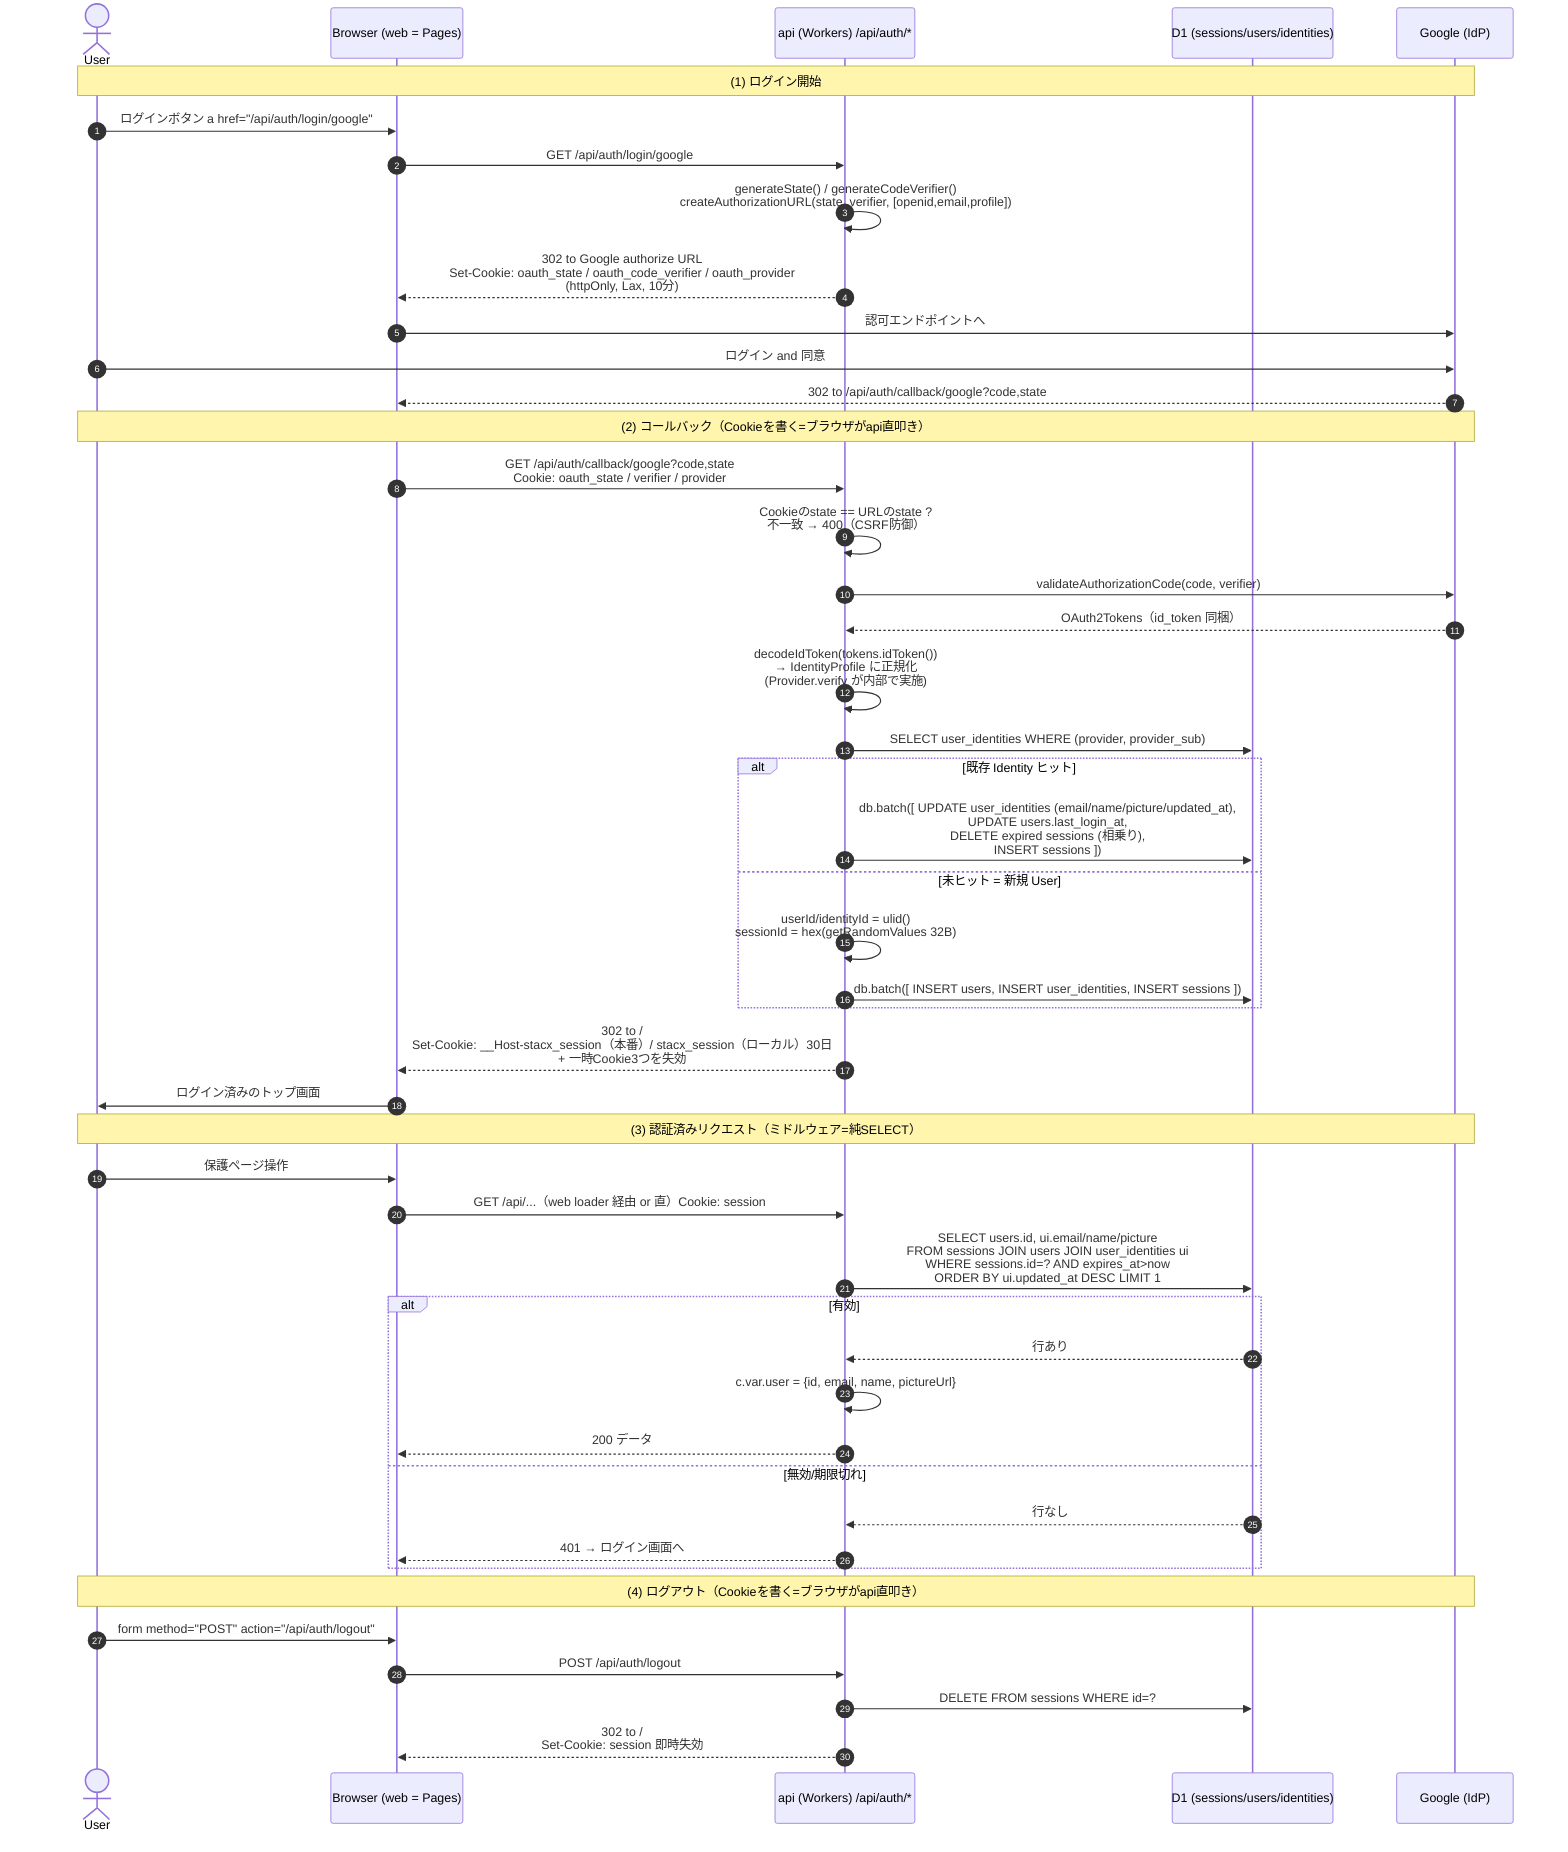
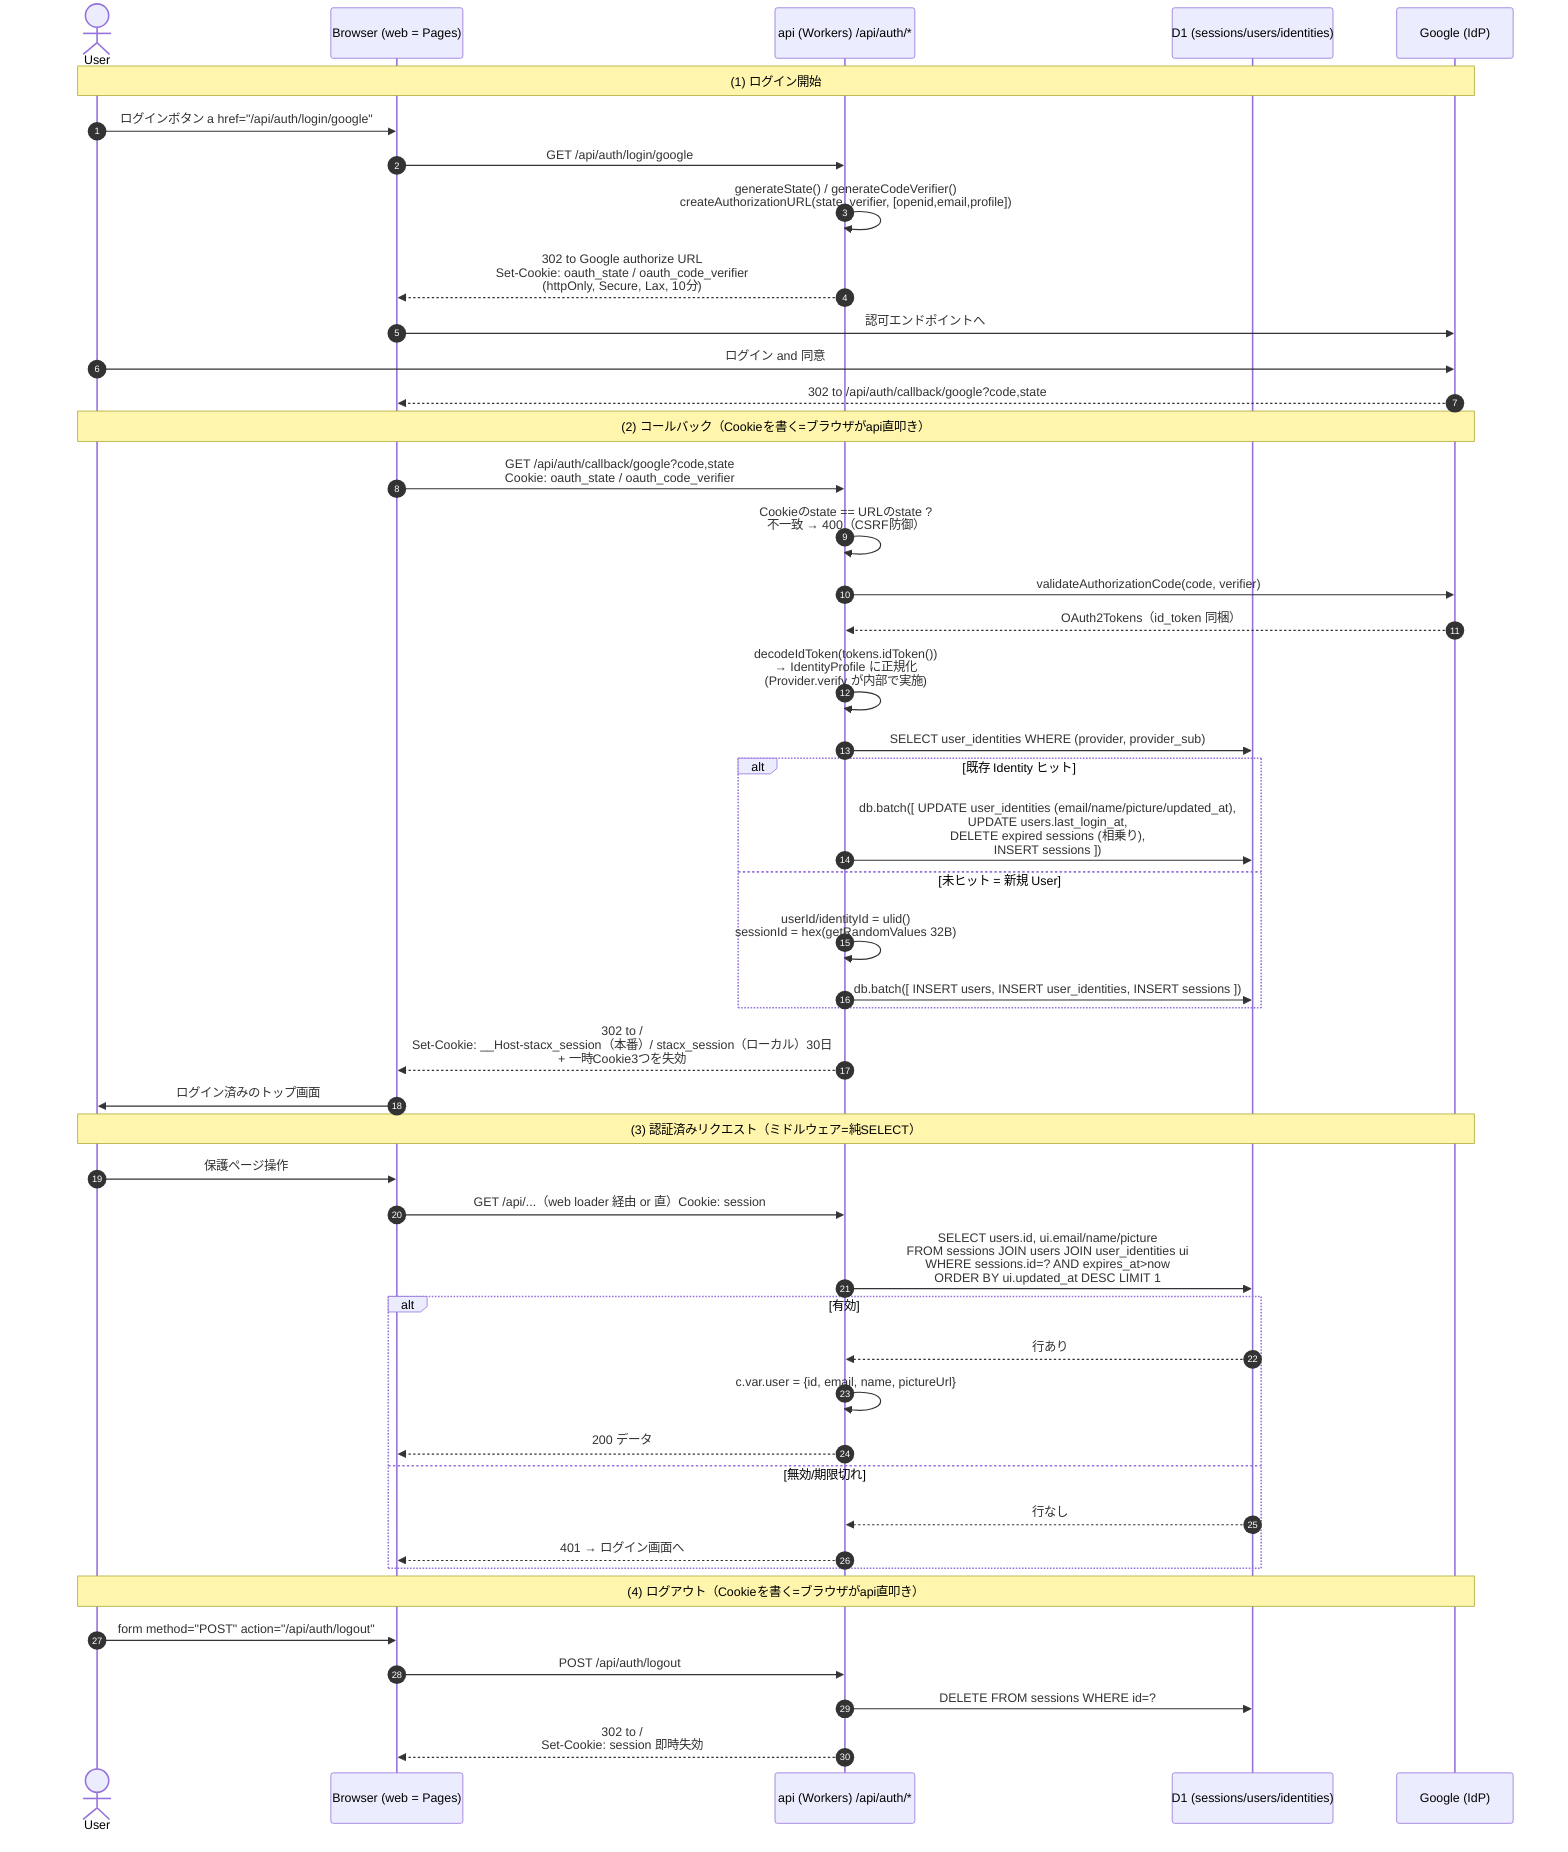
sequenceDiagram
    autonumber
    actor U as User
    participant B as Browser (web = Pages)
    participant API as api (Workers) /api/auth/*
    participant DB as D1 (sessions/users/identities)
    participant G as Google (IdP)

    Note over U,G: (1) ログイン開始
    U->>B: ログインボタン a href="/api/auth/login/google"
    B->>API: GET /api/auth/login/google
    API->>API: generateState() / generateCodeVerifier()<br/>createAuthorizationURL(state, verifier, [openid,email,profile])
-     API-->>B: 302 to Google authorize URL<br/>Set-Cookie: oauth_state / oauth_code_verifier / oauth_provider<br/>(httpOnly, Lax, 10分)
+     API-->>B: 302 to Google authorize URL<br/>Set-Cookie: oauth_state / oauth_code_verifier<br/>(httpOnly, Secure, Lax, 10分)
    B->>G: 認可エンドポイントへ
    U->>G: ログイン and 同意
    G-->>B: 302 to /api/auth/callback/google?code,state

    Note over U,G: (2) コールバック（Cookieを書く=ブラウザがapi直叩き）
-     B->>API: GET /api/auth/callback/google?code,state<br/>Cookie: oauth_state / verifier / provider
+     B->>API: GET /api/auth/callback/google?code,state<br/>Cookie: oauth_state / oauth_code_verifier
    API->>API: Cookieのstate == URLのstate ?<br/>不一致 → 400（CSRF防御）
    API->>G: validateAuthorizationCode(code, verifier)
    G-->>API: OAuth2Tokens（id_token 同梱）
    API->>API: decodeIdToken(tokens.idToken())<br/>→ IdentityProfile に正規化<br/>(Provider.verify が内部で実施)
    API->>DB: SELECT user_identities WHERE (provider, provider_sub)

    alt 既存 Identity ヒット
        API->>DB: db.batch([ UPDATE user_identities (email/name/picture/updated_at),<br/>UPDATE users.last_login_at,<br/>DELETE expired sessions (相乗り),<br/>INSERT sessions ])
    else 未ヒット = 新規 User
        API->>API: userId/identityId = ulid()<br/>sessionId = hex(getRandomValues 32B)
        API->>DB: db.batch([ INSERT users, INSERT user_identities, INSERT sessions ])
    end

    API-->>B: 302 to /<br/>Set-Cookie: __Host-stacx_session（本番）/ stacx_session（ローカル）30日<br/>+ 一時Cookie3つを失効
    B->>U: ログイン済みのトップ画面

    Note over U,G: (3) 認証済みリクエスト（ミドルウェア=純SELECT）
    U->>B: 保護ページ操作
    B->>API: GET /api/...（web loader 経由 or 直）Cookie: session
    API->>DB: SELECT users.id, ui.email/name/picture<br/>FROM sessions JOIN users JOIN user_identities ui<br/>WHERE sessions.id=? AND expires_at>now<br/>ORDER BY ui.updated_at DESC LIMIT 1
    alt 有効
        DB-->>API: 行あり
        API->>API: c.var.user = {id, email, name, pictureUrl}
        API-->>B: 200 データ
    else 無効/期限切れ
        DB-->>API: 行なし
        API-->>B: 401 → ログイン画面へ
    end

    Note over U,G: (4) ログアウト（Cookieを書く=ブラウザがapi直叩き）
    U->>B: form method="POST" action="/api/auth/logout"
    B->>API: POST /api/auth/logout
    API->>DB: DELETE FROM sessions WHERE id=?
    API-->>B: 302 to /<br/>Set-Cookie: session 即時失効
